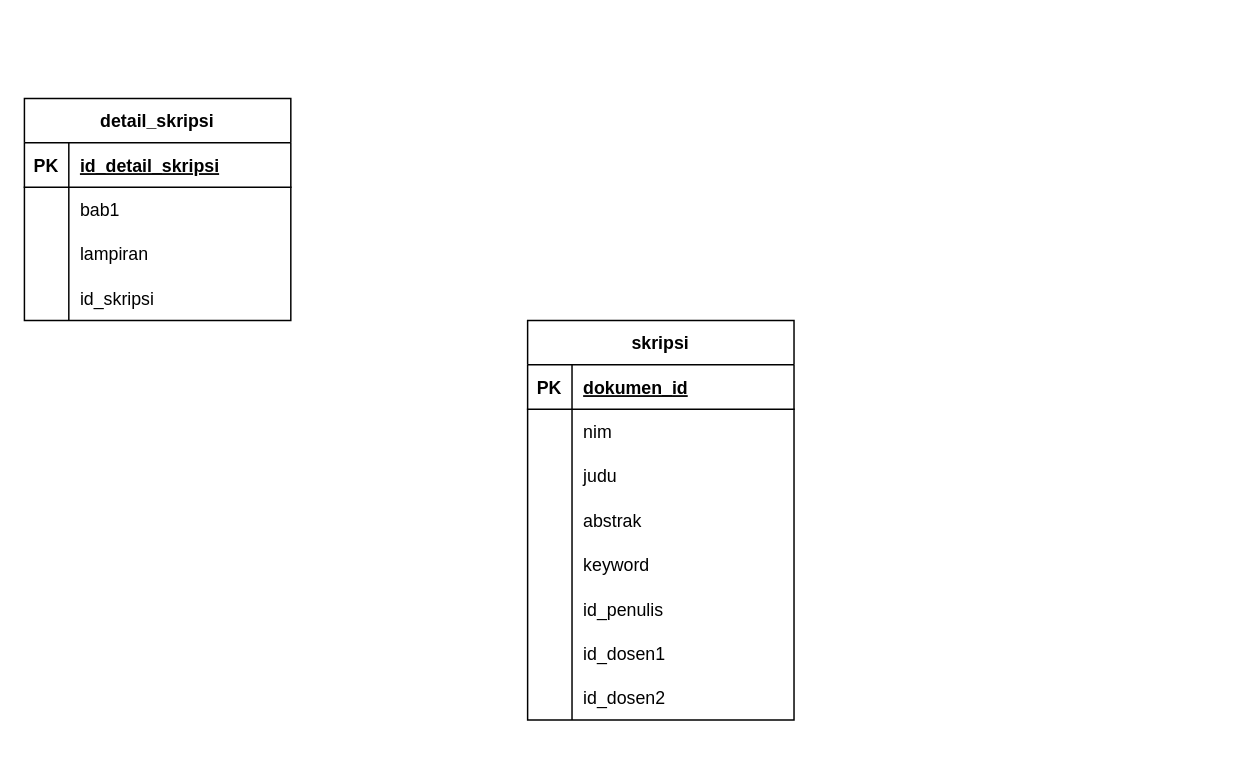
Earlier version of the draw.io diagram Untitled Diagram.drawio (MaximHere/drawio). Source tidied: cells renumbered, new cells numbered last; positions are measured from the earlier drawing's top-left corner, leaving out a move shared by most shapes. Both pictures are drawn from the tidied source at 148%, with x=0, y=0 at pixel (24, 98).
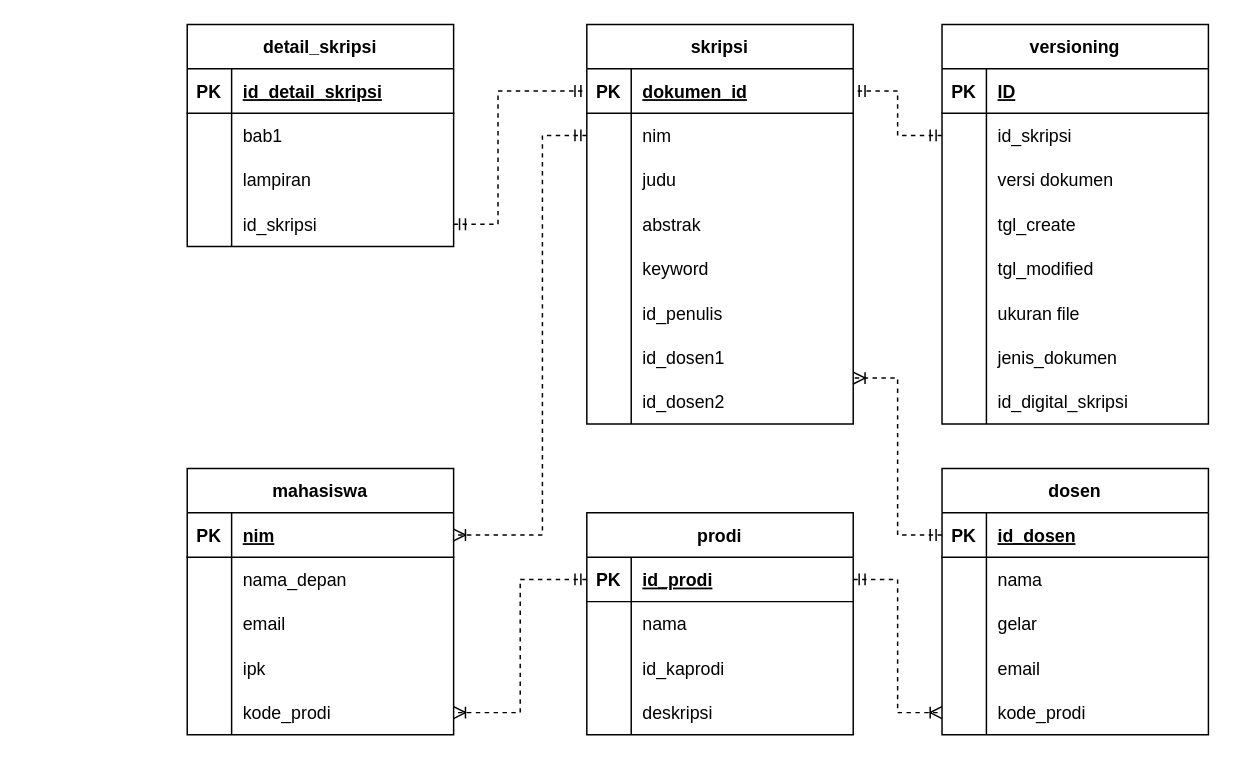
The same page after the edit.

Unchanged cells that the change refers to:
```xml
<mxCell id="12" style="shape=partialRectangle;fillColor=none;top=0;left=0;bottom=0;right=0;points=[[0,0.5],[1,0.5]];portConstraint=eastwest;" parent="2" vertex="1">
  <mxGeometry y="120" width="180" height="30" as="geometry" />
</mxCell>
<mxCell id="16" style="shape=partialRectangle;fillColor=none;top=0;left=0;bottom=1;right=0;points=[[0,0.5],[1,0.5]];portConstraint=eastwest;" parent="15" vertex="1">
  <mxGeometry y="30" width="180" height="30" as="geometry" />
</mxCell>
<mxCell id="19" style="shape=partialRectangle;fillColor=none;top=0;left=0;bottom=0;right=0;points=[[0,0.5],[1,0.5]];portConstraint=eastwest;" parent="15" vertex="1">
  <mxGeometry y="60" width="180" height="30" as="geometry" />
</mxCell>
<mxCell id="34" style="shape=partialRectangle;fillColor=none;top=0;left=0;bottom=0;right=0;points=[[0,0.5],[1,0.5]];portConstraint=eastwest;" parent="15" vertex="1">
  <mxGeometry y="210" width="180" height="30" as="geometry" />
</mxCell>
```

What changed in the source:
```diff
@@
     <mxCell id="2" value="detail_skripsi" style="shape=table;startSize=30;childLayout=tableLayout;rowLines=0;fontStyle=1;align=center;" parent="1" vertex="1">
-      <mxGeometry width="180" height="150" as="geometry" />
+      <mxGeometry x="110" y="-50" width="180" height="150" as="geometry" />
     </mxCell>
@@
     <mxCell id="15" value="skripsi" style="shape=table;startSize=30;childLayout=tableLayout;rowLines=0;fontStyle=1;align=center;" parent="1" vertex="1">
-      <mxGeometry x="340" y="150" width="180" height="270" as="geometry" />
+      <mxGeometry x="380" y="-50" width="180" height="270" as="geometry" />
     </mxCell>
@@
+    <mxCell id="40" value="dosen" style="shape=table;startSize=30;childLayout=tableLayout;rowLines=0;fontStyle=1;align=center;" parent="1" vertex="1">
+      <mxGeometry x="620" y="250" width="180" height="180" as="geometry" />
+    </mxCell>
+    <mxCell id="41" style="shape=partialRectangle;fillColor=none;top=0;left=0;bottom=1;right=0;points=[[0,0.5],[1,0.5]];portConstraint=eastwest;" parent="40" vertex="1">
+      <mxGeometry y="30" width="180" height="30" as="geometry" />
+    </mxCell>
+    <mxCell id="42" value="PK" style="shape=partialRectangle;fillColor=none;top=0;left=0;bottom=0;right=0;fontStyle=1;overflow=hidden;" parent="41" vertex="1">
+      <mxGeometry width="30" height="30" as="geometry" />
+    </mxCell>
+    <mxCell id="43" value="id_dosen" style="shape=partialRectangle;fillColor=none;top=0;left=0;bottom=0;right=0;align=left;spacingLeft=6;fontStyle=5;overflow=hidden;" parent="41" vertex="1">
+      <mxGeometry x="30" width="150" height="30" as="geometry" />
+    </mxCell>
+    <mxCell id="44" style="shape=partialRectangle;fillColor=none;top=0;left=0;bottom=0;right=0;" parent="40" vertex="1">
+      <mxGeometry y="60" width="180" height="30" as="geometry" />
+    </mxCell>
+    <mxCell id="45" style="shape=partialRectangle;fillColor=none;top=0;left=0;bottom=0;right=0;overflow=hidden;" parent="44" vertex="1">
+      <mxGeometry width="30" height="30" as="geometry" />
+    </mxCell>
+    <mxCell id="46" value="nama" style="shape=partialRectangle;fillColor=none;top=0;left=0;bottom=0;right=0;align=left;spacingLeft=6;overflow=hidden;" parent="44" vertex="1">
+      <mxGeometry x="30" width="150" height="30" as="geometry" />
+    </mxCell>
+    <mxCell id="47" style="shape=partialRectangle;fillColor=none;top=0;left=0;bottom=0;right=0;" parent="40" vertex="1">
+      <mxGeometry y="90" width="180" height="30" as="geometry" />
+    </mxCell>
+    <mxCell id="48" style="shape=partialRectangle;fillColor=none;top=0;left=0;bottom=0;right=0;overflow=hidden;" parent="47" vertex="1">
+      <mxGeometry width="30" height="30" as="geometry" />
+    </mxCell>
+    <mxCell id="49" value="gelar" style="shape=partialRectangle;fillColor=none;top=0;left=0;bottom=0;right=0;align=left;spacingLeft=6;overflow=hidden;" parent="47" vertex="1">
+      <mxGeometry x="30" width="150" height="30" as="geometry" />
+    </mxCell>
+    <mxCell id="50" style="shape=partialRectangle;fillColor=none;top=0;left=0;bottom=0;right=0;" parent="40" vertex="1">
+      <mxGeometry y="120" width="180" height="30" as="geometry" />
+    </mxCell>
+    <mxCell id="51" style="shape=partialRectangle;fillColor=none;top=0;left=0;bottom=0;right=0;overflow=hidden;" parent="50" vertex="1">
+      <mxGeometry width="30" height="30" as="geometry" />
+    </mxCell>
+    <mxCell id="52" value="email" style="shape=partialRectangle;fillColor=none;top=0;left=0;bottom=0;right=0;align=left;spacingLeft=6;overflow=hidden;" parent="50" vertex="1">
+      <mxGeometry x="30" width="150" height="30" as="geometry" />
+    </mxCell>
+    <mxCell id="53" style="shape=partialRectangle;fillColor=none;top=0;left=0;bottom=0;right=0;points=[[0,0.5],[1,0.5]];portConstraint=eastwest;" parent="40" vertex="1">
+      <mxGeometry y="150" width="180" height="30" as="geometry" />
+    </mxCell>
+    <mxCell id="54" style="shape=partialRectangle;fillColor=none;top=0;left=0;bottom=0;right=0;overflow=hidden;" parent="53" vertex="1">
+      <mxGeometry width="30" height="30" as="geometry" />
+    </mxCell>
+    <mxCell id="55" value="kode_prodi" style="shape=partialRectangle;fillColor=none;top=0;left=0;bottom=0;right=0;align=left;spacingLeft=6;overflow=hidden;" parent="53" vertex="1">
+      <mxGeometry x="30" width="150" height="30" as="geometry" />
+    </mxCell>
+    <mxCell id="56" style="edgeStyle=elbowEdgeStyle;fontSize=12;html=1;endArrow=ERoneToMany;startArrow=ERmandOne;rounded=0;exitX=0;exitY=0.5;exitDx=0;exitDy=0;entryX=1;entryY=0.965;entryDx=0;entryDy=0;entryPerimeter=0;dashed=1;" parent="1" edge="1" source="41" target="34">
+      <mxGeometry relative="1" as="geometry" />
+    </mxCell>
+    <mxCell id="57" value="prodi" style="shape=table;startSize=30;childLayout=tableLayout;rowLines=0;fontStyle=1;align=center;" parent="1" vertex="1">
+      <mxGeometry x="380" y="280" width="180" height="150" as="geometry" />
+    </mxCell>
+    <mxCell id="58" style="shape=partialRectangle;fillColor=none;top=0;left=0;bottom=1;right=0;points=[[0,0.5],[1,0.5]];portConstraint=eastwest;" parent="57" vertex="1">
+      <mxGeometry y="30" width="180" height="30" as="geometry" />
+    </mxCell>
+    <mxCell id="59" value="PK" style="shape=partialRectangle;fillColor=none;top=0;left=0;bottom=0;right=0;fontStyle=1;overflow=hidden;" parent="58" vertex="1">
+      <mxGeometry width="30" height="30" as="geometry" />
+    </mxCell>
+    <mxCell id="60" value="id_prodi" style="shape=partialRectangle;fillColor=none;top=0;left=0;bottom=0;right=0;align=left;spacingLeft=6;fontStyle=5;overflow=hidden;" parent="58" vertex="1">
+      <mxGeometry x="30" width="150" height="30" as="geometry" />
+    </mxCell>
+    <mxCell id="61" style="shape=partialRectangle;fillColor=none;top=0;left=0;bottom=0;right=0;" parent="57" vertex="1">
+      <mxGeometry y="60" width="180" height="30" as="geometry" />
+    </mxCell>
+    <mxCell id="62" style="shape=partialRectangle;fillColor=none;top=0;left=0;bottom=0;right=0;overflow=hidden;" parent="61" vertex="1">
+      <mxGeometry width="30" height="30" as="geometry" />
+    </mxCell>
+    <mxCell id="63" value="nama" style="shape=partialRectangle;fillColor=none;top=0;left=0;bottom=0;right=0;align=left;spacingLeft=6;overflow=hidden;" parent="61" vertex="1">
+      <mxGeometry x="30" width="150" height="30" as="geometry" />
+    </mxCell>
+    <mxCell id="64" style="shape=partialRectangle;fillColor=none;top=0;left=0;bottom=0;right=0;" parent="57" vertex="1">
+      <mxGeometry y="90" width="180" height="30" as="geometry" />
+    </mxCell>
+    <mxCell id="65" style="shape=partialRectangle;fillColor=none;top=0;left=0;bottom=0;right=0;overflow=hidden;" parent="64" vertex="1">
+      <mxGeometry width="30" height="30" as="geometry" />
+    </mxCell>
+    <mxCell id="66" value="id_kaprodi" style="shape=partialRectangle;fillColor=none;top=0;left=0;bottom=0;right=0;align=left;spacingLeft=6;overflow=hidden;" parent="64" vertex="1">
+      <mxGeometry x="30" width="150" height="30" as="geometry" />
+    </mxCell>
+    <mxCell id="67" style="shape=partialRectangle;fillColor=none;top=0;left=0;bottom=0;right=0;" parent="57" vertex="1">
+      <mxGeometry y="120" width="180" height="30" as="geometry" />
+    </mxCell>
+    <mxCell id="68" style="shape=partialRectangle;fillColor=none;top=0;left=0;bottom=0;right=0;overflow=hidden;" parent="67" vertex="1">
+      <mxGeometry width="30" height="30" as="geometry" />
+    </mxCell>
+    <mxCell id="69" value="deskripsi" style="shape=partialRectangle;fillColor=none;top=0;left=0;bottom=0;right=0;align=left;spacingLeft=6;overflow=hidden;" parent="67" vertex="1">
+      <mxGeometry x="30" width="150" height="30" as="geometry" />
+    </mxCell>
+    <mxCell id="70" value="mahasiswa" style="shape=table;startSize=30;childLayout=tableLayout;rowLines=0;fontStyle=1;align=center;" parent="1" vertex="1">
+      <mxGeometry x="110" y="250" width="180" height="180" as="geometry" />
+    </mxCell>
+    <mxCell id="71" style="shape=partialRectangle;fillColor=none;top=0;left=0;bottom=1;right=0;points=[[0,0.5],[1,0.5]];portConstraint=eastwest;" parent="70" vertex="1">
+      <mxGeometry y="30" width="180" height="30" as="geometry" />
+    </mxCell>
+    <mxCell id="72" value="PK" style="shape=partialRectangle;fillColor=none;top=0;left=0;bottom=0;right=0;fontStyle=1;overflow=hidden;" parent="71" vertex="1">
+      <mxGeometry width="30" height="30" as="geometry" />
+    </mxCell>
+    <mxCell id="73" value="nim" style="shape=partialRectangle;fillColor=none;top=0;left=0;bottom=0;right=0;align=left;spacingLeft=6;fontStyle=5;overflow=hidden;" parent="71" vertex="1">
+      <mxGeometry x="30" width="150" height="30" as="geometry" />
+    </mxCell>
+    <mxCell id="74" style="shape=partialRectangle;fillColor=none;top=0;left=0;bottom=0;right=0;" parent="70" vertex="1">
+      <mxGeometry y="60" width="180" height="30" as="geometry" />
+    </mxCell>
+    <mxCell id="75" style="shape=partialRectangle;fillColor=none;top=0;left=0;bottom=0;right=0;overflow=hidden;" parent="74" vertex="1">
+      <mxGeometry width="30" height="30" as="geometry" />
+    </mxCell>
+    <mxCell id="76" value="nama_depan" style="shape=partialRectangle;fillColor=none;top=0;left=0;bottom=0;right=0;align=left;spacingLeft=6;overflow=hidden;" parent="74" vertex="1">
+      <mxGeometry x="30" width="150" height="30" as="geometry" />
+    </mxCell>
+    <mxCell id="77" style="shape=partialRectangle;fillColor=none;top=0;left=0;bottom=0;right=0;" parent="70" vertex="1">
+      <mxGeometry y="90" width="180" height="30" as="geometry" />
+    </mxCell>
+    <mxCell id="78" style="shape=partialRectangle;fillColor=none;top=0;left=0;bottom=0;right=0;overflow=hidden;" parent="77" vertex="1">
+      <mxGeometry width="30" height="30" as="geometry" />
+    </mxCell>
+    <mxCell id="79" value="email" style="shape=partialRectangle;fillColor=none;top=0;left=0;bottom=0;right=0;align=left;spacingLeft=6;overflow=hidden;" parent="77" vertex="1">
+      <mxGeometry x="30" width="150" height="30" as="geometry" />
+    </mxCell>
+    <mxCell id="80" style="shape=partialRectangle;fillColor=none;top=0;left=0;bottom=0;right=0;" parent="70" vertex="1">
+      <mxGeometry y="120" width="180" height="30" as="geometry" />
+    </mxCell>
+    <mxCell id="81" style="shape=partialRectangle;fillColor=none;top=0;left=0;bottom=0;right=0;overflow=hidden;" parent="80" vertex="1">
+      <mxGeometry width="30" height="30" as="geometry" />
+    </mxCell>
+    <mxCell id="82" value="ipk" style="shape=partialRectangle;fillColor=none;top=0;left=0;bottom=0;right=0;align=left;spacingLeft=6;overflow=hidden;" parent="80" vertex="1">
+      <mxGeometry x="30" width="150" height="30" as="geometry" />
+    </mxCell>
+    <mxCell id="83" style="shape=partialRectangle;fillColor=none;top=0;left=0;bottom=0;right=0;points=[[0,0.5],[1,0.5]];portConstraint=eastwest;" parent="70" vertex="1">
+      <mxGeometry y="150" width="180" height="30" as="geometry" />
+    </mxCell>
+    <mxCell id="84" style="shape=partialRectangle;fillColor=none;top=0;left=0;bottom=0;right=0;overflow=hidden;" parent="83" vertex="1">
+      <mxGeometry width="30" height="30" as="geometry" />
+    </mxCell>
+    <mxCell id="85" value="kode_prodi" style="shape=partialRectangle;fillColor=none;top=0;left=0;bottom=0;right=0;align=left;spacingLeft=6;overflow=hidden;" parent="83" vertex="1">
+      <mxGeometry x="30" width="150" height="30" as="geometry" />
+    </mxCell>
+    <mxCell id="86" value="versioning" style="shape=table;startSize=30;childLayout=tableLayout;rowLines=0;fontStyle=1;align=center;" parent="1" vertex="1">
+      <mxGeometry x="620" y="-50" width="180" height="270" as="geometry" />
+    </mxCell>
+    <mxCell id="87" style="shape=partialRectangle;fillColor=none;top=0;left=0;bottom=1;right=0;" parent="86" vertex="1">
+      <mxGeometry y="30" width="180" height="30" as="geometry" />
+    </mxCell>
+    <mxCell id="88" value="PK" style="shape=partialRectangle;fillColor=none;top=0;left=0;bottom=0;right=0;fontStyle=1;overflow=hidden;" parent="87" vertex="1">
+      <mxGeometry width="30" height="30" as="geometry" />
+    </mxCell>
+    <mxCell id="89" value="ID" style="shape=partialRectangle;fillColor=none;top=0;left=0;bottom=0;right=0;align=left;spacingLeft=6;fontStyle=5;overflow=hidden;" parent="87" vertex="1">
+      <mxGeometry x="30" width="150" height="30" as="geometry" />
+    </mxCell>
+    <mxCell id="90" style="shape=partialRectangle;fillColor=none;top=0;left=0;bottom=0;right=0;points=[[0,0.5],[1,0.5]];portConstraint=eastwest;" parent="86" vertex="1">
+      <mxGeometry y="60" width="180" height="30" as="geometry" />
+    </mxCell>
+    <mxCell id="91" style="shape=partialRectangle;fillColor=none;top=0;left=0;bottom=0;right=0;overflow=hidden;" parent="90" vertex="1">
+      <mxGeometry width="30" height="30" as="geometry" />
+    </mxCell>
+    <mxCell id="92" value="id_skripsi" style="shape=partialRectangle;fillColor=none;top=0;left=0;bottom=0;right=0;align=left;spacingLeft=6;overflow=hidden;" parent="90" vertex="1">
+      <mxGeometry x="30" width="150" height="30" as="geometry" />
+    </mxCell>
+    <mxCell id="93" style="shape=partialRectangle;fillColor=none;top=0;left=0;bottom=0;right=0;" parent="86" vertex="1">
+      <mxGeometry y="90" width="180" height="30" as="geometry" />
+    </mxCell>
+    <mxCell id="94" style="shape=partialRectangle;fillColor=none;top=0;left=0;bottom=0;right=0;overflow=hidden;" parent="93" vertex="1">
+      <mxGeometry width="30" height="30" as="geometry" />
+    </mxCell>
+    <mxCell id="95" value="versi dokumen" style="shape=partialRectangle;fillColor=none;top=0;left=0;bottom=0;right=0;align=left;spacingLeft=6;overflow=hidden;" parent="93" vertex="1">
+      <mxGeometry x="30" width="150" height="30" as="geometry" />
+    </mxCell>
+    <mxCell id="96" style="shape=partialRectangle;fillColor=none;top=0;left=0;bottom=0;right=0;" parent="86" vertex="1">
+      <mxGeometry y="120" width="180" height="30" as="geometry" />
+    </mxCell>
+    <mxCell id="97" style="shape=partialRectangle;fillColor=none;top=0;left=0;bottom=0;right=0;overflow=hidden;" parent="96" vertex="1">
+      <mxGeometry width="30" height="30" as="geometry" />
+    </mxCell>
+    <mxCell id="98" value="tgl_create" style="shape=partialRectangle;fillColor=none;top=0;left=0;bottom=0;right=0;align=left;spacingLeft=6;overflow=hidden;" parent="96" vertex="1">
+      <mxGeometry x="30" width="150" height="30" as="geometry" />
+    </mxCell>
+    <mxCell id="99" style="shape=partialRectangle;fillColor=none;top=0;left=0;bottom=0;right=0;" parent="86" vertex="1">
+      <mxGeometry y="150" width="180" height="30" as="geometry" />
+    </mxCell>
+    <mxCell id="100" style="shape=partialRectangle;fillColor=none;top=0;left=0;bottom=0;right=0;overflow=hidden;" parent="99" vertex="1">
+      <mxGeometry width="30" height="30" as="geometry" />
+    </mxCell>
+    <mxCell id="101" value="tgl_modified" style="shape=partialRectangle;fillColor=none;top=0;left=0;bottom=0;right=0;align=left;spacingLeft=6;overflow=hidden;" parent="99" vertex="1">
+      <mxGeometry x="30" width="150" height="30" as="geometry" />
+    </mxCell>
+    <mxCell id="102" style="shape=partialRectangle;fillColor=none;top=0;left=0;bottom=0;right=0;" parent="86" vertex="1">
+      <mxGeometry y="180" width="180" height="30" as="geometry" />
+    </mxCell>
+    <mxCell id="103" style="shape=partialRectangle;fillColor=none;top=0;left=0;bottom=0;right=0;overflow=hidden;" parent="102" vertex="1">
+      <mxGeometry width="30" height="30" as="geometry" />
+    </mxCell>
+    <mxCell id="104" value="ukuran file" style="shape=partialRectangle;fillColor=none;top=0;left=0;bottom=0;right=0;align=left;spacingLeft=6;overflow=hidden;" parent="102" vertex="1">
+      <mxGeometry x="30" width="150" height="30" as="geometry" />
+    </mxCell>
+    <mxCell id="105" style="shape=partialRectangle;fillColor=none;top=0;left=0;bottom=0;right=0;" parent="86" vertex="1">
+      <mxGeometry y="210" width="180" height="30" as="geometry" />
+    </mxCell>
+    <mxCell id="106" style="shape=partialRectangle;fillColor=none;top=0;left=0;bottom=0;right=0;overflow=hidden;" parent="105" vertex="1">
+      <mxGeometry width="30" height="30" as="geometry" />
+    </mxCell>
+    <mxCell id="107" value="jenis_dokumen" style="shape=partialRectangle;fillColor=none;top=0;left=0;bottom=0;right=0;align=left;spacingLeft=6;overflow=hidden;" parent="105" vertex="1">
+      <mxGeometry x="30" width="150" height="30" as="geometry" />
+    </mxCell>
+    <mxCell id="108" style="shape=partialRectangle;fillColor=none;top=0;left=0;bottom=0;right=0;" parent="86" vertex="1">
+      <mxGeometry y="240" width="180" height="30" as="geometry" />
+    </mxCell>
+    <mxCell id="109" style="shape=partialRectangle;fillColor=none;top=0;left=0;bottom=0;right=0;overflow=hidden;" parent="108" vertex="1">
+      <mxGeometry width="30" height="30" as="geometry" />
+    </mxCell>
+    <mxCell id="110" value="id_digital_skripsi" style="shape=partialRectangle;fillColor=none;top=0;left=0;bottom=0;right=0;align=left;spacingLeft=6;overflow=hidden;" parent="108" vertex="1">
+      <mxGeometry x="30" width="150" height="30" as="geometry" />
+    </mxCell>
+    <mxCell id="111" style="edgeStyle=elbowEdgeStyle;fontSize=12;html=1;endArrow=ERoneToMany;startArrow=ERmandOne;rounded=0;exitX=0;exitY=0.5;exitDx=0;exitDy=0;dashed=1;entryX=1;entryY=0.5;entryDx=0;entryDy=0;" parent="1" edge="1" source="58" target="83">
+      <mxGeometry relative="1" as="geometry" />
+    </mxCell>
+    <mxCell id="112" style="edgeStyle=elbowEdgeStyle;fontSize=12;html=1;endArrow=ERmandOne;startArrow=ERmandOne;rounded=0;dashed=1;entryX=0;entryY=0.5;entryDx=0;entryDy=0;exitX=1;exitY=0.5;exitDx=0;exitDy=0;" parent="1" edge="1" source="12" target="16">
+      <mxGeometry relative="1" as="geometry">
+        <Array as="points">
+          <mxPoint x="320" y="40" />
+        </Array>
+      </mxGeometry>
+    </mxCell>
+    <mxCell id="113" style="edgeStyle=entityRelationEdgeStyle;fontSize=12;html=1;endArrow=ERmandOne;startArrow=ERmandOne;rounded=0;dashed=1;entryX=1;entryY=0.5;entryDx=0;entryDy=0;exitX=0;exitY=0.5;exitDx=0;exitDy=0;" parent="1" edge="1" source="90" target="16">
+      <mxGeometry relative="1" as="geometry" />
+    </mxCell>
+    <mxCell id="114" style="edgeStyle=elbowEdgeStyle;fontSize=12;html=1;endArrow=ERoneToMany;startArrow=ERmandOne;rounded=0;exitX=0;exitY=0.5;exitDx=0;exitDy=0;dashed=1;entryX=1;entryY=0.5;entryDx=0;entryDy=0;" parent="1" edge="1" source="19" target="71">
+      <mxGeometry relative="1" as="geometry">
+        <Array as="points">
+          <mxPoint x="350" y="260" />
+        </Array>
+      </mxGeometry>
+    </mxCell>
+    <mxCell id="115" style="edgeStyle=elbowEdgeStyle;fontSize=12;html=1;endArrow=ERoneToMany;startArrow=ERmandOne;rounded=0;exitX=1;exitY=0.5;exitDx=0;exitDy=0;dashed=1;entryX=0;entryY=0.5;entryDx=0;entryDy=0;" parent="1" edge="1" source="58" target="53">
+      <mxGeometry relative="1" as="geometry" />
+    </mxCell>
```
